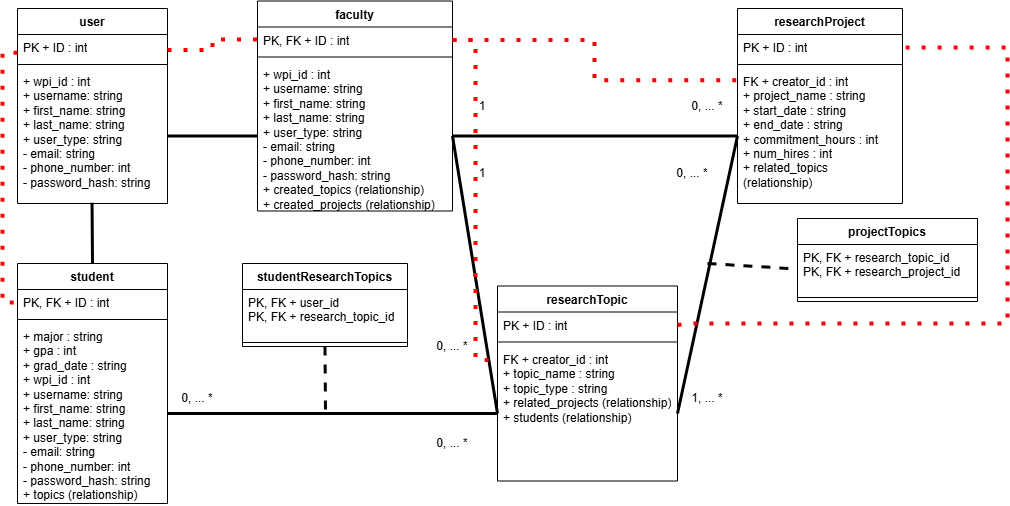
The draw.io diagram documents/images/UML_Database_Models.png in ryananderson27/ProgProjects, before a commit. Source tidied: cells renumbered, new cells last; positions are measured from the earlier drawing's top-left corner, leaving out a move shared by most shapes.
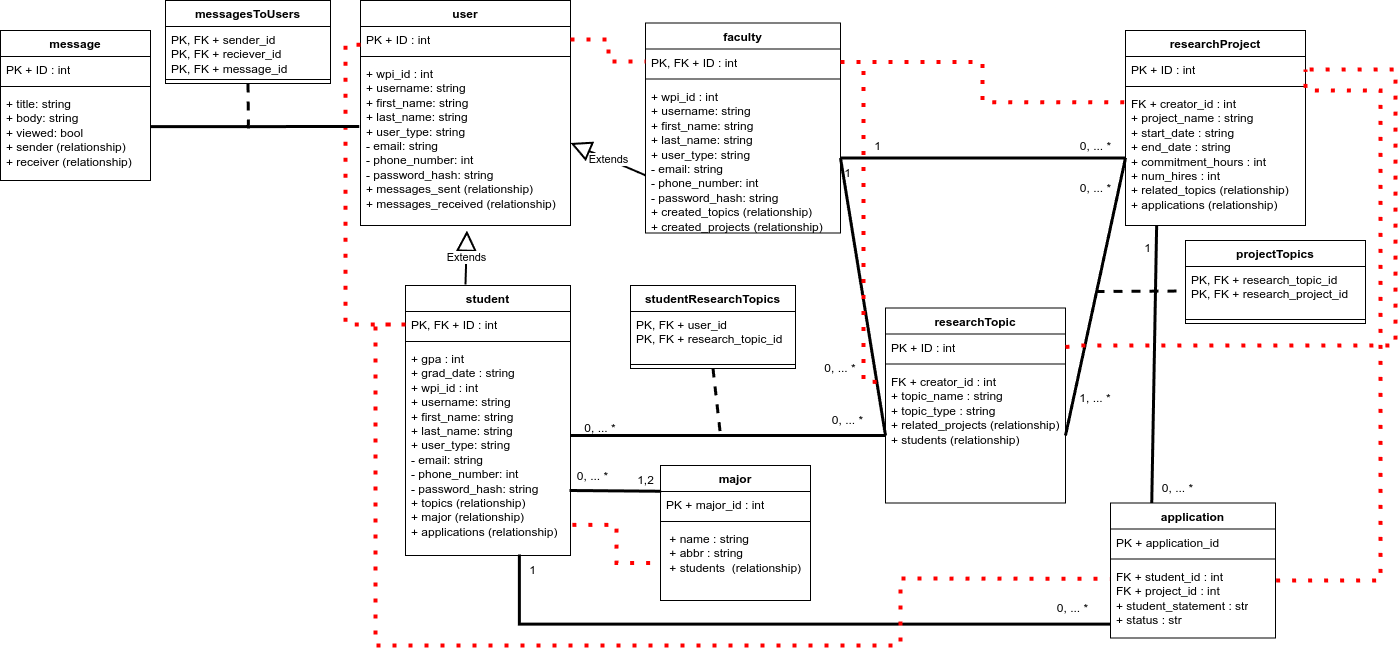
Above is the later version.

Commit message:
made final UML diagram update

The edit, as a diff of the source:
```diff
@@ -5,6 +5,6 @@
     <mxCell id="2" value="&lt;div&gt;user&lt;/div&gt;" style="swimlane;fontStyle=1;align=center;verticalAlign=top;horizontal=1;startSize=26;whiteSpace=wrap;html=1;" parent="1" vertex="1">
-      <mxGeometry x="15" y="8" width="150" height="195" as="geometry" />
+      <mxGeometry x="-30" y="-22" width="210" height="225" as="geometry" />
     </mxCell>
     <mxCell id="3" value="PK + ID : int" style="text;strokeColor=none;fillColor=none;align=left;verticalAlign=top;spacingLeft=4;spacingRight=4;overflow=hidden;points=[[0,0.5],[1,0.5]];portConstraint=eastwest;whiteSpace=wrap;html=1;" parent="2" vertex="1">
-      <mxGeometry y="26" width="150" height="26" as="geometry" />
+      <mxGeometry y="26" width="210" height="26" as="geometry" />
     </mxCell>
@@ -19,6 +19,6 @@
     <mxCell id="5" style="line;strokeWidth=1;fillColor=none;align=left;verticalAlign=middle;spacingTop=-1;spacingLeft=3;spacingRight=3;labelPosition=right;strokeColor=inherit;" parent="2" vertex="1">
-      <mxGeometry y="52" width="150" height="8" as="geometry" />
+      <mxGeometry y="52" width="210" height="8" as="geometry" />
     </mxCell>
-    <mxCell id="6" value="&lt;div&gt;+ wpi_id : int&lt;/div&gt;+ username: string&lt;br&gt;+ first_name: string&lt;br&gt;+ last_name: string&lt;br&gt;+ user_type: string&lt;br&gt;- email: string&lt;br&gt;- phone_number: int&lt;br&gt;- password_hash: string" style="text;strokeColor=none;fillColor=none;align=left;verticalAlign=top;spacingLeft=4;spacingRight=4;overflow=hidden;points=[[0,0.5,0,0,0],[0.5,1,0,0,21],[1,0.5,0,0,0]];portConstraint=eastwest;whiteSpace=wrap;html=1;" parent="2" vertex="1">
-      <mxGeometry y="60" width="150" height="135" as="geometry" />
+    <mxCell id="6" value="&lt;div&gt;+ wpi_id : int&lt;/div&gt;+ username: string&lt;br&gt;+ first_name: string&lt;br&gt;+ last_name: string&lt;br&gt;+ user_type: string&lt;br&gt;- email: string&lt;br&gt;- phone_number: int&lt;br&gt;- password_hash: string&lt;div&gt;+ messages_sent (relationship)&lt;/div&gt;&lt;div&gt;+ messages_received (relationship)&lt;/div&gt;" style="text;strokeColor=none;fillColor=none;align=left;verticalAlign=top;spacingLeft=4;spacingRight=4;overflow=hidden;points=[[0,0.5,0,0,0],[0.5,1,0,0,21],[1,0.5,0,0,0]];portConstraint=eastwest;whiteSpace=wrap;html=1;" parent="2" vertex="1">
+      <mxGeometry y="60" width="210" height="165" as="geometry" />
     </mxCell>
@@ -37,24 +37,24 @@
     <mxCell id="11" value="&lt;div&gt;student&lt;/div&gt;" style="swimlane;fontStyle=1;align=center;verticalAlign=top;horizontal=1;startSize=26;whiteSpace=wrap;html=1;" parent="1" vertex="1">
-      <mxGeometry x="15" y="263" width="150" height="240" as="geometry" />
+      <mxGeometry x="15" y="263" width="165" height="270" as="geometry" />
     </mxCell>
     <mxCell id="12" value="PK, FK + ID : int" style="text;strokeColor=none;fillColor=none;align=left;verticalAlign=top;spacingLeft=4;spacingRight=4;overflow=hidden;points=[[0,0.5],[1,0.5]];portConstraint=eastwest;whiteSpace=wrap;html=1;" parent="11" vertex="1">
-      <mxGeometry y="26" width="150" height="26" as="geometry" />
+      <mxGeometry y="26" width="165" height="26" as="geometry" />
     </mxCell>
     <mxCell id="13" style="line;strokeWidth=1;fillColor=none;align=left;verticalAlign=middle;spacingTop=-1;spacingLeft=3;spacingRight=3;labelPosition=right;strokeColor=inherit;" parent="11" vertex="1">
-      <mxGeometry y="52" width="150" height="8" as="geometry" />
+      <mxGeometry y="52" width="165" height="8" as="geometry" />
     </mxCell>
-    <mxCell id="14" value="&lt;div&gt;+ major : string&lt;/div&gt;&lt;div&gt;+ gpa : int&lt;/div&gt;&lt;div&gt;+ grad_date : string&lt;/div&gt;&lt;div&gt;+ wpi_id : int&lt;/div&gt;+ username: string&lt;br&gt;+ first_name: string&lt;br&gt;+ last_name: string&lt;br&gt;+ user_type: string&lt;br&gt;- email: string&lt;br&gt;- phone_number: int&lt;br&gt;- password_hash: string&lt;div&gt;+ topics (relationship)&lt;/div&gt;" style="text;strokeColor=none;fillColor=none;align=left;verticalAlign=top;spacingLeft=4;spacingRight=4;overflow=hidden;points=[[0,0.5],[1,0.5]];portConstraint=eastwest;whiteSpace=wrap;html=1;" parent="11" vertex="1">
-      <mxGeometry y="60" width="150" height="180" as="geometry" />
+    <mxCell id="14" value="&lt;div&gt;&lt;span style=&quot;background-color: transparent; color: light-dark(rgb(0, 0, 0), rgb(255, 255, 255));&quot;&gt;+ gpa : int&lt;/span&gt;&lt;/div&gt;&lt;div&gt;+ grad_date : string&lt;/div&gt;&lt;div&gt;+ wpi_id : int&lt;/div&gt;+ username: string&lt;br&gt;+ first_name: string&lt;br&gt;+ last_name: string&lt;br&gt;+ user_type: string&lt;br&gt;- email: string&lt;br&gt;- phone_number: int&lt;br&gt;- password_hash: string&lt;div&gt;+ topics (relationship)&lt;/div&gt;&lt;div&gt;+ major (relationship)&lt;/div&gt;&lt;div&gt;+ applications (relationship)&lt;/div&gt;" style="text;strokeColor=none;fillColor=none;align=left;verticalAlign=top;spacingLeft=4;spacingRight=4;overflow=hidden;points=[[0,0.5],[1,0.5]];portConstraint=eastwest;whiteSpace=wrap;html=1;" parent="11" vertex="1">
+      <mxGeometry y="60" width="165" height="210" as="geometry" />
     </mxCell>
     <mxCell id="15" value="&lt;div&gt;researchProject&lt;/div&gt;" style="swimlane;fontStyle=1;align=center;verticalAlign=top;horizontal=1;startSize=26;whiteSpace=wrap;html=1;" parent="1" vertex="1">
-      <mxGeometry x="735" y="8" width="165" height="195" as="geometry" />
+      <mxGeometry x="735" y="8" width="180" height="195" as="geometry" />
     </mxCell>
     <mxCell id="16" value="PK + ID : int" style="text;strokeColor=none;fillColor=none;align=left;verticalAlign=top;spacingLeft=4;spacingRight=4;overflow=hidden;points=[[0,0.5],[1,0.5]];portConstraint=eastwest;whiteSpace=wrap;html=1;" parent="15" vertex="1">
-      <mxGeometry y="26" width="165" height="26" as="geometry" />
+      <mxGeometry y="26" width="180" height="26" as="geometry" />
     </mxCell>
     <mxCell id="17" style="line;strokeWidth=1;fillColor=none;align=left;verticalAlign=middle;spacingTop=-1;spacingLeft=3;spacingRight=3;labelPosition=right;strokeColor=inherit;" parent="15" vertex="1">
-      <mxGeometry y="52" width="165" height="8" as="geometry" />
+      <mxGeometry y="52" width="180" height="8" as="geometry" />
     </mxCell>
-    <mxCell id="18" value="&lt;div&gt;FK + creator_id : int&lt;/div&gt;&lt;div&gt;+ project_name : string&lt;/div&gt;&lt;div&gt;+ start_date : string&lt;/div&gt;&lt;div&gt;+ end_date : string&lt;/div&gt;&lt;div&gt;+ commitment_hours : int&lt;/div&gt;&lt;div&gt;+ num_hires : int&lt;/div&gt;&lt;div&gt;+ related_topics (relationship)&lt;/div&gt;" style="text;strokeColor=none;fillColor=none;align=left;verticalAlign=top;spacingLeft=4;spacingRight=4;overflow=hidden;points=[[0,0.5],[1,0.5]];portConstraint=eastwest;whiteSpace=wrap;html=1;" parent="15" vertex="1">
-      <mxGeometry y="60" width="165" height="135" as="geometry" />
+    <mxCell id="18" value="&lt;div&gt;FK + creator_id : int&lt;/div&gt;&lt;div&gt;+ project_name : string&lt;/div&gt;&lt;div&gt;+ start_date : string&lt;/div&gt;&lt;div&gt;+ end_date : string&lt;/div&gt;&lt;div&gt;+ commitment_hours : int&lt;/div&gt;&lt;div&gt;+ num_hires : int&lt;/div&gt;&lt;div&gt;+ related_topics (relationship)&lt;/div&gt;&lt;div&gt;+ applications (relationship)&lt;/div&gt;" style="text;strokeColor=none;fillColor=none;align=left;verticalAlign=top;spacingLeft=4;spacingRight=4;overflow=hidden;points=[[0,0.5],[1,0.5]];portConstraint=eastwest;whiteSpace=wrap;html=1;" parent="15" vertex="1">
+      <mxGeometry y="60" width="180" height="135" as="geometry" />
     </mxCell>
@@ -90,9 +90,3 @@
     </mxCell>
-    <mxCell id="29" style="endArrow=none;html=1;rounded=0;exitX=1;exitY=0.5;exitDx=0;exitDy=0;exitPerimeter=0;entryX=0;entryY=0.5;entryDx=0;entryDy=0;strokeWidth=3;" parent="1" edge="1" source="6" target="10">
-      <mxGeometry relative="1" as="geometry" />
-    </mxCell>
-    <mxCell id="30" style="endArrow=none;html=1;rounded=0;entryX=0.497;entryY=0.995;entryDx=0;entryDy=0;entryPerimeter=0;exitX=0.5;exitY=0;exitDx=0;exitDy=0;strokeWidth=3;" parent="1" edge="1" source="11" target="6">
-      <mxGeometry relative="1" as="geometry" />
-    </mxCell>
-    <mxCell id="31" style="endArrow=none;html=1;rounded=0;exitX=1;exitY=0.5;exitDx=0;exitDy=0;entryX=0;entryY=0.5;entryDx=0;entryDy=0;strokeWidth=3;" parent="1" edge="1" source="14" target="25">
+    <mxCell id="31" style="endArrow=none;html=1;rounded=0;exitX=0;exitY=0.75;exitDx=0;exitDy=0;entryX=0;entryY=0.5;entryDx=0;entryDy=0;strokeWidth=3;" parent="1" edge="1" source="39" target="25">
       <mxGeometry relative="1" as="geometry" />
@@ -110,3 +104,3 @@
       <mxGeometry relative="1" as="geometry">
-        <mxPoint x="705" y="263" as="sourcePoint" />
+        <mxPoint x="705" y="269" as="sourcePoint" />
       </mxGeometry>
@@ -115,3 +109,3 @@
       <mxGeometry relative="1" as="geometry">
-        <mxPoint x="323" y="413" as="targetPoint" />
+        <mxPoint x="330" y="413" as="targetPoint" />
       </mxGeometry>
@@ -119,21 +113,21 @@
     <mxCell id="37" value="1" style="text;html=1;align=center;verticalAlign=middle;whiteSpace=wrap;rounded=0;" parent="1" vertex="1">
-      <mxGeometry x="450" y="90.5" width="60" height="30" as="geometry" />
+      <mxGeometry x="480" y="120.5" width="15" height="7.5" as="geometry" />
     </mxCell>
     <mxCell id="38" value="0, ... *" style="text;html=1;align=center;verticalAlign=middle;whiteSpace=wrap;rounded=0;" parent="1" vertex="1">
-      <mxGeometry x="675" y="90.5" width="60" height="30" as="geometry" />
+      <mxGeometry x="682.5" y="113" width="45" height="22.5" as="geometry" />
     </mxCell>
     <mxCell id="39" value="0, ... *" style="text;html=1;align=center;verticalAlign=middle;whiteSpace=wrap;rounded=0;" parent="1" vertex="1">
-      <mxGeometry x="165" y="383" width="60" height="30" as="geometry" />
+      <mxGeometry x="180" y="390.5" width="60" height="30" as="geometry" />
     </mxCell>
     <mxCell id="40" value="0, ... *" style="text;html=1;align=center;verticalAlign=middle;whiteSpace=wrap;rounded=0;" parent="1" vertex="1">
-      <mxGeometry x="420" y="428" width="60" height="30" as="geometry" />
+      <mxGeometry x="435" y="390.5" width="45" height="15" as="geometry" />
     </mxCell>
     <mxCell id="41" value="1, ... *" style="text;html=1;align=center;verticalAlign=middle;whiteSpace=wrap;rounded=0;" parent="1" vertex="1">
-      <mxGeometry x="675" y="383" width="60" height="30" as="geometry" />
+      <mxGeometry x="675" y="360.5" width="60" height="30" as="geometry" />
     </mxCell>
     <mxCell id="42" value="0, ... *" style="text;html=1;align=center;verticalAlign=middle;whiteSpace=wrap;rounded=0;" parent="1" vertex="1">
-      <mxGeometry x="660" y="158" width="60" height="30" as="geometry" />
+      <mxGeometry x="682.5" y="158" width="45" height="15" as="geometry" />
     </mxCell>
     <mxCell id="43" value="1" style="text;html=1;align=center;verticalAlign=middle;whiteSpace=wrap;rounded=0;" parent="1" vertex="1">
-      <mxGeometry x="450" y="158" width="60" height="30" as="geometry" />
+      <mxGeometry x="450" y="143" width="15" height="15" as="geometry" />
     </mxCell>
@@ -157,5 +151,4 @@
     </mxCell>
-    <mxCell id="48" style="endArrow=none;dashed=1;html=1;dashPattern=1 3;strokeWidth=4;rounded=0;entryX=0;entryY=0.5;entryDx=0;entryDy=0;edgeStyle=elbowEdgeStyle;strokeColor=light-dark(#ff0000, #ededed);exitX=1;exitY=0.5;exitDx=0;exitDy=0;" parent="1" edge="1">
+    <mxCell id="48" style="endArrow=none;dashed=1;html=1;dashPattern=1 3;strokeWidth=4;rounded=0;entryX=0;entryY=0.5;entryDx=0;entryDy=0;edgeStyle=elbowEdgeStyle;strokeColor=light-dark(#ff0000, #ededed);exitX=1;exitY=0.5;exitDx=0;exitDy=0;" parent="1" edge="1" source="3">
       <mxGeometry relative="1" as="geometry">
-        <mxPoint x="165" y="49.5" as="sourcePoint" />
         <mxPoint x="255" y="39" as="targetPoint" />
@@ -163,2 +156,119 @@
     </mxCell>
+    <mxCell id="49" value="&lt;div&gt;major&lt;/div&gt;" style="swimlane;fontStyle=1;align=center;verticalAlign=top;horizontal=1;startSize=26;whiteSpace=wrap;html=1;" parent="1" vertex="1">
+      <mxGeometry x="270" y="443" width="150" height="135" as="geometry" />
+    </mxCell>
+    <mxCell id="50" value="PK + major_id : int" style="text;strokeColor=none;fillColor=none;align=left;verticalAlign=top;spacingLeft=4;spacingRight=4;overflow=hidden;points=[[0,0.5],[1,0.5]];portConstraint=eastwest;whiteSpace=wrap;html=1;" parent="49" vertex="1">
+      <mxGeometry y="26" width="150" height="26" as="geometry" />
+    </mxCell>
+    <mxCell id="51" style="line;strokeWidth=1;fillColor=none;align=left;verticalAlign=middle;spacingTop=-1;spacingLeft=3;spacingRight=3;labelPosition=right;strokeColor=inherit;" parent="49" vertex="1">
+      <mxGeometry y="52" width="150" height="8" as="geometry" />
+    </mxCell>
+    <mxCell id="52" value="&amp;nbsp;+ name : string&lt;br&gt;&lt;div&gt;&amp;nbsp;+ abbr : string&lt;/div&gt;&lt;div&gt;&amp;nbsp;+ students&amp;nbsp; (relationship)&lt;/div&gt;" style="text;strokeColor=none;fillColor=none;align=left;verticalAlign=top;spacingLeft=4;spacingRight=4;overflow=hidden;points=[[0,0.5],[1,0.5]];portConstraint=eastwest;whiteSpace=wrap;html=1;" parent="49" vertex="1">
+      <mxGeometry y="60" width="150" height="75" as="geometry" />
+    </mxCell>
+    <mxCell id="53" style="endArrow=none;html=1;rounded=0;strokeWidth=3;entryX=0.004;entryY=-0.01;entryDx=0;entryDy=0;entryPerimeter=0;" parent="1" edge="1" target="50">
+      <mxGeometry relative="1" as="geometry">
+        <mxPoint x="179" y="468" as="sourcePoint" />
+      </mxGeometry>
+    </mxCell>
+    <mxCell id="54" style="endArrow=none;dashed=1;html=1;dashPattern=1 3;strokeWidth=4;rounded=0;edgeStyle=elbowEdgeStyle;strokeColor=light-dark(#ff0000, #ededed);exitX=1.011;exitY=0.854;exitDx=0;exitDy=0;entryX=0;entryY=0.5;entryDx=0;entryDy=0;exitPerimeter=0;" parent="1" edge="1" source="14" target="52">
+      <mxGeometry relative="1" as="geometry" />
+    </mxCell>
+    <mxCell id="55" value="0, ... *" style="text;html=1;align=center;verticalAlign=middle;whiteSpace=wrap;rounded=0;" parent="1" vertex="1">
+      <mxGeometry x="180" y="443" width="45" height="22.5" as="geometry" />
+    </mxCell>
+    <mxCell id="56" value="1,2" style="text;html=1;align=center;verticalAlign=middle;whiteSpace=wrap;rounded=0;" parent="1" vertex="1">
+      <mxGeometry x="248" y="450.5" width="15" height="15" as="geometry" />
+    </mxCell>
+    <mxCell id="57" value="&lt;div&gt;application&lt;/div&gt;" style="swimlane;fontStyle=1;align=center;verticalAlign=top;horizontal=1;startSize=26;whiteSpace=wrap;html=1;" parent="1" vertex="1">
+      <mxGeometry x="720" y="480.5" width="165" height="135" as="geometry" />
+    </mxCell>
+    <mxCell id="58" value="PK + application_id" style="text;strokeColor=none;fillColor=none;align=left;verticalAlign=top;spacingLeft=4;spacingRight=4;overflow=hidden;whiteSpace=wrap;html=1;" parent="57" vertex="1">
+      <mxGeometry y="26" width="165" height="26" as="geometry" />
+    </mxCell>
+    <mxCell id="59" style="line;strokeWidth=1;fillColor=none;align=left;verticalAlign=middle;spacingTop=-1;spacingLeft=3;spacingRight=3;labelPosition=right;strokeColor=inherit;" parent="57" vertex="1">
+      <mxGeometry y="52" width="165" height="8" as="geometry" />
+    </mxCell>
+    <mxCell id="60" value="&lt;div&gt;FK + student_id : int&lt;/div&gt;&lt;div&gt;FK + project_id : int&lt;/div&gt;&lt;div&gt;+ student_statement : str&lt;/div&gt;&lt;div&gt;+ status : str&lt;/div&gt;" style="text;strokeColor=none;fillColor=none;align=left;verticalAlign=top;spacingLeft=4;spacingRight=4;overflow=hidden;points=[[0,0.5],[1,0.5]];portConstraint=eastwest;whiteSpace=wrap;html=1;" parent="57" vertex="1">
+      <mxGeometry y="60" width="165" height="75" as="geometry" />
+    </mxCell>
+    <mxCell id="61" style="endArrow=none;html=1;rounded=0;exitX=0.25;exitY=0;exitDx=0;exitDy=0;entryX=0.173;entryY=1;entryDx=0;entryDy=0;strokeWidth=3;entryPerimeter=0;" parent="1" edge="1" source="57" target="18">
+      <mxGeometry relative="1" as="geometry" />
+    </mxCell>
+    <mxCell id="62" style="endArrow=none;html=1;rounded=0;exitX=0;exitY=0.815;exitDx=0;exitDy=0;strokeWidth=3;exitPerimeter=0;edgeStyle=orthogonalEdgeStyle;entryX=0.69;entryY=0.995;entryDx=0;entryDy=0;entryPerimeter=0;" parent="1" edge="1" source="60" target="14">
+      <mxGeometry relative="1" as="geometry">
+        <Array as="points">
+          <mxPoint x="129" y="602" />
+        </Array>
+      </mxGeometry>
+    </mxCell>
+    <mxCell id="63" value="1" style="text;html=1;align=center;verticalAlign=middle;whiteSpace=wrap;rounded=0;" parent="1" vertex="1">
+      <mxGeometry x="135" y="540.5" width="15" height="15" as="geometry" />
+    </mxCell>
+    <mxCell id="64" value="0, ... *" style="text;html=1;align=center;verticalAlign=middle;whiteSpace=wrap;rounded=0;" parent="1" vertex="1">
+      <mxGeometry x="765" y="458" width="45" height="15" as="geometry" />
+    </mxCell>
+    <mxCell id="65" value="1" style="text;html=1;align=center;verticalAlign=middle;whiteSpace=wrap;rounded=0;" parent="1" vertex="1">
+      <mxGeometry x="750" y="218" width="15" height="15" as="geometry" />
+    </mxCell>
+    <mxCell id="66" value="0, ... *" style="text;html=1;align=center;verticalAlign=middle;whiteSpace=wrap;rounded=0;" parent="1" vertex="1">
+      <mxGeometry x="660" y="578" width="45" height="15" as="geometry" />
+    </mxCell>
+    <mxCell id="67" style="endArrow=none;dashed=1;html=1;dashPattern=1 3;strokeWidth=4;rounded=0;exitX=1.004;exitY=0.233;exitDx=0;exitDy=0;strokeColor=light-dark(#ff0000, #ededed);entryX=1;entryY=0.5;entryDx=0;entryDy=0;exitPerimeter=0;" parent="1" edge="1" source="60" target="16">
+      <mxGeometry relative="1" as="geometry">
+        <Array as="points">
+          <mxPoint x="990" y="558" />
+          <mxPoint x="990" y="456" />
+          <mxPoint x="990" y="68" />
+          <mxPoint x="915" y="68" />
+        </Array>
+      </mxGeometry>
+    </mxCell>
+    <mxCell id="68" style="endArrow=none;dashed=1;html=1;dashPattern=1 3;strokeWidth=4;rounded=0;exitX=0;exitY=0.5;exitDx=0;exitDy=0;strokeColor=light-dark(#ff0000, #ededed);entryX=-0.005;entryY=0.211;entryDx=0;entryDy=0;entryPerimeter=0;" parent="1" edge="1" source="12" target="60">
+      <mxGeometry relative="1" as="geometry">
+        <Array as="points">
+          <mxPoint x="-15" y="302" />
+          <mxPoint x="-15" y="623" />
+          <mxPoint x="510" y="623" />
+          <mxPoint x="510" y="556" />
+        </Array>
+      </mxGeometry>
+    </mxCell>
+    <mxCell id="69" value="Extends" style="endArrow=block;endSize=16;endFill=0;html=1;rounded=0;entryX=0.507;entryY=1.03;entryDx=0;entryDy=0;entryPerimeter=0;strokeWidth=2;" parent="1" edge="1" target="6">
+      <mxGeometry relative="1" as="geometry">
+        <mxPoint x="75" y="262" as="sourcePoint" />
+      </mxGeometry>
+    </mxCell>
+    <mxCell id="70" value="&lt;div&gt;message&lt;/div&gt;" style="swimlane;fontStyle=1;align=center;verticalAlign=top;horizontal=1;startSize=26;whiteSpace=wrap;html=1;" parent="1" vertex="1">
+      <mxGeometry x="-390" y="8" width="150" height="150" as="geometry" />
+    </mxCell>
+    <mxCell id="71" value="PK + ID : int" style="text;strokeColor=none;fillColor=none;align=left;verticalAlign=top;spacingLeft=4;spacingRight=4;overflow=hidden;whiteSpace=wrap;html=1;" parent="70" vertex="1">
+      <mxGeometry y="26" width="150" height="26" as="geometry" />
+    </mxCell>
+    <mxCell id="72" style="line;strokeWidth=1;fillColor=none;align=left;verticalAlign=middle;spacingTop=-1;spacingLeft=3;spacingRight=3;labelPosition=right;strokeColor=inherit;" parent="70" vertex="1">
+      <mxGeometry y="52" width="150" height="8" as="geometry" />
+    </mxCell>
+    <mxCell id="73" value="&lt;div&gt;+ title: string&lt;/div&gt;&lt;div&gt;+ body: string&lt;/div&gt;&lt;div&gt;+ viewed: bool&lt;/div&gt;&lt;div&gt;+ sender (relationship)&lt;/div&gt;&lt;div&gt;+ receiver (relationship)&lt;/div&gt;" style="text;strokeColor=none;fillColor=none;align=left;verticalAlign=top;spacingLeft=4;spacingRight=4;overflow=hidden;points=[[0,0.5,0,0,0],[0.5,1,0,0,21],[1,0.5,0,0,0]];portConstraint=eastwest;whiteSpace=wrap;html=1;" parent="70" vertex="1">
+      <mxGeometry y="60" width="150" height="90" as="geometry" />
+    </mxCell>
+    <mxCell id="74" value="&lt;div&gt;messagesToUsers&lt;/div&gt;" style="swimlane;fontStyle=1;align=center;verticalAlign=top;horizontal=1;startSize=26;whiteSpace=wrap;html=1;" parent="1" vertex="1">
+      <mxGeometry x="-225" y="-22" width="165" height="83" as="geometry" />
+    </mxCell>
+    <mxCell id="75" value="PK, FK + sender_id&lt;div&gt;PK, FK + reciever_id&lt;/div&gt;&lt;div&gt;PK, FK + message_id&lt;/div&gt;" style="text;strokeColor=none;fillColor=none;align=left;verticalAlign=top;spacingLeft=4;spacingRight=4;overflow=hidden;whiteSpace=wrap;html=1;" parent="74" vertex="1">
+      <mxGeometry y="26" width="165" height="49" as="geometry" />
+    </mxCell>
+    <mxCell id="76" style="line;strokeWidth=1;fillColor=none;align=left;verticalAlign=middle;spacingTop=-1;spacingLeft=3;spacingRight=3;labelPosition=right;strokeColor=inherit;" parent="74" vertex="1">
+      <mxGeometry y="75" width="165" height="8" as="geometry" />
+    </mxCell>
+    <mxCell id="77" value="Extends" style="endArrow=block;endSize=16;endFill=0;html=1;rounded=0;entryX=1;entryY=0.5;entryDx=0;entryDy=0;entryPerimeter=0;strokeWidth=2;exitX=0.001;exitY=0.616;exitDx=0;exitDy=0;exitPerimeter=0;" parent="1" edge="1" source="10" target="6">
+      <mxGeometry relative="1" as="geometry" />
+    </mxCell>
+    <mxCell id="78" style="endArrow=none;html=1;rounded=0;exitX=1;exitY=0.402;exitDx=0;exitDy=0;entryX=-0.006;entryY=0.4;entryDx=0;entryDy=0;strokeWidth=3;exitPerimeter=0;entryPerimeter=0;" parent="1" edge="1" source="73" target="6">
+      <mxGeometry relative="1" as="geometry" />
+    </mxCell>
+    <mxCell id="79" style="endArrow=none;dashed=1;html=1;rounded=0;exitX=0.5;exitY=1;exitDx=0;exitDy=0;strokeWidth=3;" parent="1" edge="1" source="74">
+      <mxGeometry relative="1" as="geometry">
+        <mxPoint x="-142" y="113" as="targetPoint" />
+      </mxGeometry>
+    </mxCell>
   </root>
```
